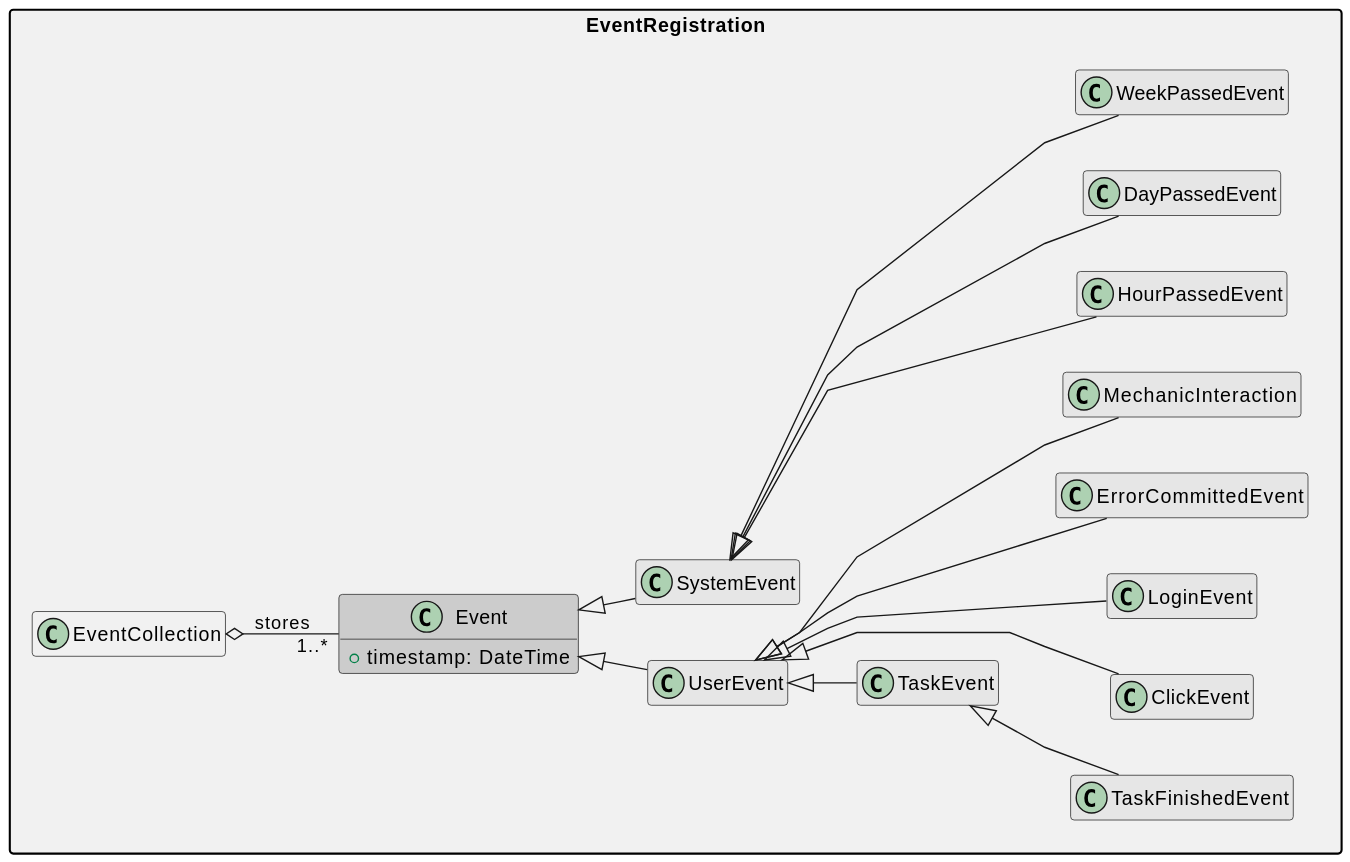
Above: out/UML/event_registration/event_registration.svg in Maks-stack/ontology (PlantUML), before the change.
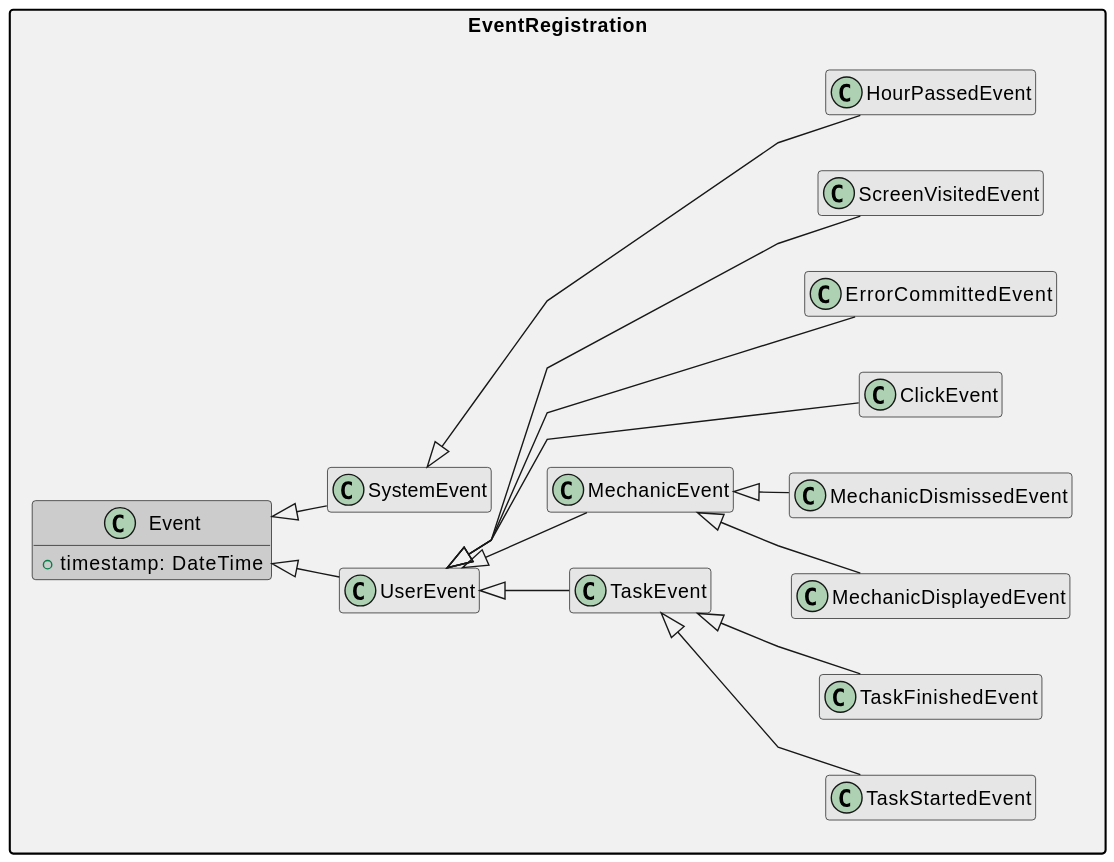
Above is the later version.

What changed in the source:
```diff
@@ -8,31 +8,36 @@
 skinparam ranksep 40
 skinparam packageStyle rectangle
 
-package EventRegistration #f1f1f1 {
-  class Event #ccccccff {
+!define eventsBack #f1f1f1ff
+!define eventsFront #ccccccff
+!define eventsLight #e6e6e6ff
 
+package EventRegistration eventsBack {
+
+  class Event eventsFront {
     + timestamp: DateTime
-
-
-  }
-  together {
-    class UserEvent #e6e6e6ff extends Event
-    class SystemEvent #e6e6e6ff extends Event
-    class TaskEvent #e6e6e6ff extends UserEvent
   }
 
-  class EventCollection
-  EventCollection o-- "1..*" Event : stores
+  together {
+    class UserEvent eventsLight extends Event
+    class SystemEvent eventsLight extends Event
+    class TaskEvent eventsLight extends UserEvent
+    class MechanicEvent eventsLight extends UserEvent
+  }
 
   together {
-    class ClickEvent #e6e6e6ff extends UserEvent
-    class LoginEvent #e6e6e6ff extends UserEvent
-    class TaskFinishedEvent #e6e6e6ff extends TaskEvent
-    class ErrorCommittedEvent #e6e6e6ff extends UserEvent
-    class HourPassedEvent #e6e6e6ff extends SystemEvent
-    class DayPassedEvent #e6e6e6ff extends SystemEvent
-    class WeekPassedEvent #e6e6e6ff extends SystemEvent
-    class MechanicInteraction #e6e6e6ff extends UserEvent
+    class ClickEvent eventsLight extends UserEvent
+    class ErrorCommittedEvent eventsLight extends UserEvent
+    class ScreenVisitedEvent eventsLight extends UserEvent
+
+    class HourPassedEvent eventsLight extends SystemEvent
+
+    class TaskStartedEvent eventsLight extends TaskEvent
+    class TaskFinishedEvent eventsLight extends TaskEvent
+
+    class MechanicDisplayedEvent eventsLight extends MechanicEvent
+    class MechanicDismissedEvent eventsLight extends MechanicEvent
   }
+
 }
 @enduml
```
